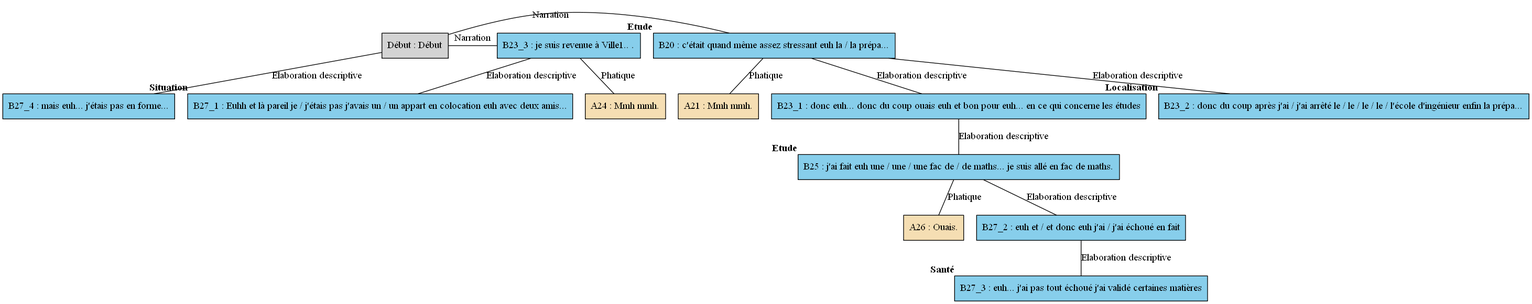
AlaixComet/AnnotationSlamPTut keeps this Graphviz diagram as arbres/Nord/Nord_-_A08.gv.png. Above is the earlier version. Its source is kept beside it as arbres/Nord/Nord_-_A08.gv.
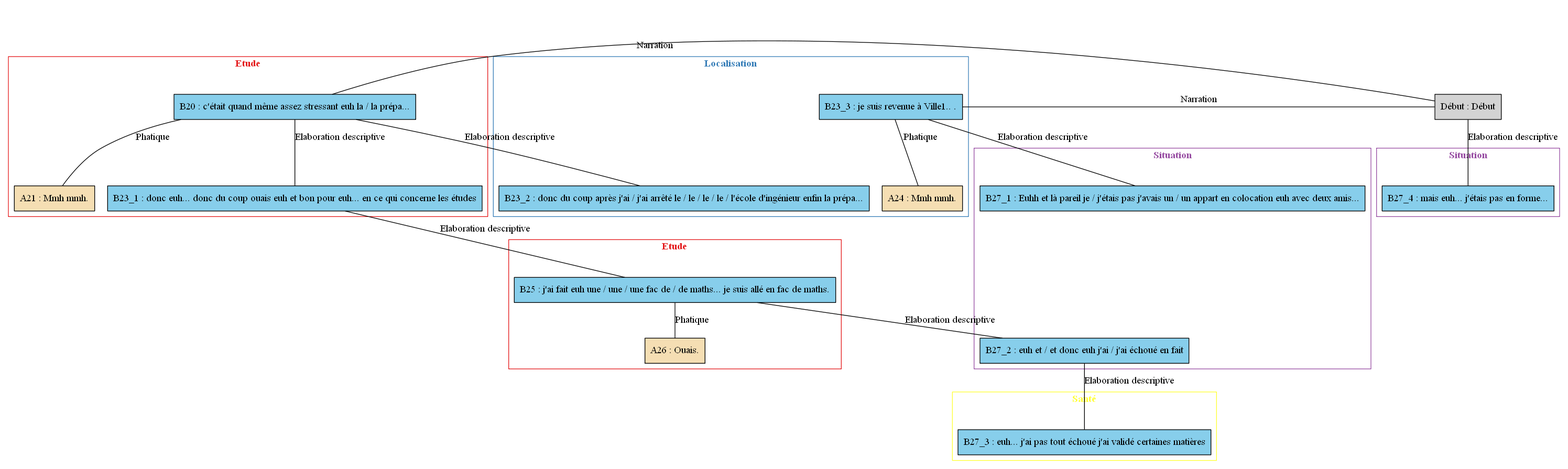
After the change.

What changed in the source:
```diff
@@ -1,38 +1,82 @@
 digraph A08 {
 	node [shape=box style=filled]
-	"Début" [label="Début : Début" xlabel=""]
-	B20 [label="B20 : c'était quand même assez stressant euh la / la prépa..." fillcolor=skyblue xlabel=<<B>Etude</B>>]
-	A21 [label="A21 : Mmh mmh." fillcolor=wheat xlabel=""]
-	B23_1 [label="B23_1 : donc euh... donc du coup ouais euh et bon pour euh... en ce qui concerne les études" fillcolor=skyblue xlabel=""]
-	B23_2 [label="B23_2 : donc du coup après j'ai / j'ai arrêté le / le / le / le / l'école d'ingénieur enfin la prépa..." fillcolor=skyblue xlabel=<<B>Localisation</B>>]
-	B23_3 [label="B23_3 : je suis revenue à Ville1.. ." fillcolor=skyblue xlabel=""]
-	A24 [label="A24 : Mmh mmh." fillcolor=wheat xlabel=""]
-	B25 [label="B25 : j'ai fait euh une / une / une fac de / de maths... je suis allé en fac de maths." fillcolor=skyblue xlabel=<<B>Etude</B>>]
-	A26 [label="A26 : Ouais." fillcolor=wheat xlabel=""]
-	B27_1 [label="B27_1 : Euhh et là pareil je / j'étais pas j'avais un / un appart en colocation euh avec deux amis..." fillcolor=skyblue xlabel=<<B>Situation</B>>]
-	B27_2 [label="B27_2 : euh et / et donc euh j'ai / j'ai échoué en fait" fillcolor=skyblue xlabel=""]
-	B27_3 [label="B27_3 : euh... j'ai pas tout échoué j'ai validé certaines matières" fillcolor=skyblue xlabel=<<B>Santé</B>>]
-	B27_4 [label="B27_4 : mais euh... j'étais pas en forme..." fillcolor=skyblue xlabel=""]
-	{
-		rank=same
-		"Début"
+	newrank=true
+	zero [style=invis]
+	"Début" [label="Début : Début"]
+	B20 [label="B20 : c'était quand même assez stressant euh la / la prépa..." fillcolor=skyblue]
+	A21 [label="A21 : Mmh mmh." fillcolor=wheat]
+	B23_1 [label="B23_1 : donc euh... donc du coup ouais euh et bon pour euh... en ce qui concerne les études" fillcolor=skyblue]
+	B23_2 [label="B23_2 : donc du coup après j'ai / j'ai arrêté le / le / le / le / l'école d'ingénieur enfin la prépa..." fillcolor=skyblue]
+	B23_3 [label="B23_3 : je suis revenue à Ville1.. ." fillcolor=skyblue]
+	A24 [label="A24 : Mmh mmh." fillcolor=wheat]
+	B25 [label="B25 : j'ai fait euh une / une / une fac de / de maths... je suis allé en fac de maths." fillcolor=skyblue]
+	A26 [label="A26 : Ouais." fillcolor=wheat]
+	B27_1 [label="B27_1 : Euhh et là pareil je / j'étais pas j'avais un / un appart en colocation euh avec deux amis..." fillcolor=skyblue]
+	B27_2 [label="B27_2 : euh et / et donc euh j'ai / j'ai échoué en fait" fillcolor=skyblue]
+	B27_3 [label="B27_3 : euh... j'ai pas tout échoué j'ai validé certaines matières" fillcolor=skyblue]
+	B27_4 [label="B27_4 : mais euh... j'étais pas en forme..." fillcolor=skyblue]
+	zero -> "Début" [label="" style=invis]
+	zero -> B20 [style=invis weight=1]
+	"Début" -> B20 [label=Narration constraint=false dir=none]
+	B20 -> A21 [label=Phatique dir=none weight=2]
+	B23_3 -> A24 [label=Phatique dir=none weight=2]
+	B23_1 -> B25 [label="Elaboration descriptive" dir=none weight=2]
+	B20 -> B23_2 [label="Elaboration descriptive" dir=none weight=2]
+	zero -> B23_3 [style=invis weight=1]
+	"Début" -> B23_3 [label=Narration constraint=false dir=none]
+	B25 -> A26 [label=Phatique dir=none weight=2]
+	B23_3 -> B27_1 [label="Elaboration descriptive" dir=none weight=2]
+	B25 -> B27_2 [label="Elaboration descriptive" dir=none weight=2]
+	B27_2 -> B27_3 [label="Elaboration descriptive" dir=none weight=2]
+	"Début" -> B27_4 [label="Elaboration descriptive" dir=none weight=2]
+	B20 -> B23_1 [label="Elaboration descriptive" dir=none weight=2]
+	subgraph cluster_1 {
+		label=<<B>Etude</B>>
+		colorscheme=set19
+		color=1
+		fontcolor=1
 		B20
-		"Début" -> B20 [label=Narration dir=none]
+		A21
+		B23_1
 	}
-	B20 -> A21 [label=Phatique dir=none]
-	B23_3 -> A24 [label=Phatique dir=none]
-	B23_1 -> B25 [label="Elaboration descriptive" dir=none]
-	B20 -> B23_2 [label="Elaboration descriptive" dir=none]
-	{
-		rank=same
-		"Début"
+	subgraph cluster_2 {
+		label=<<B>Localisation</B>>
+		colorscheme=set19
+		color=2
+		fontcolor=2
+		B23_2
 		B23_3
-		"Début" -> B23_3 [label=Narration dir=none]
+		A24
 	}
-	B25 -> A26 [label=Phatique dir=none]
-	B23_3 -> B27_1 [label="Elaboration descriptive" dir=none]
-	B25 -> B27_2 [label="Elaboration descriptive" dir=none]
-	B27_2 -> B27_3 [label="Elaboration descriptive" dir=none]
-	"Début" -> B27_4 [label="Elaboration descriptive" dir=none]
-	B20 -> B23_1 [label="Elaboration descriptive" dir=none]
+	subgraph cluster_3 {
+		label=<<B>Etude</B>>
+		colorscheme=set19
+		color=1
+		fontcolor=1
+		B25
+		A26
+	}
+	subgraph cluster_4 {
+		label=<<B>Situation</B>>
+		colorscheme=set19
+		color=4
+		fontcolor=4
+		B27_1
+		B27_2
+	}
+	subgraph cluster_5 {
+		label=<<B>Situation</B>>
+		colorscheme=set19
+		color=4
+		fontcolor=4
+		B27_1
+		B27_4
+	}
+	subgraph cluster_6 {
+		label=<<B>Santé</B>>
+		colorscheme=set19
+		color=6
+		fontcolor=6
+		B27_3
+	}
 }
```
